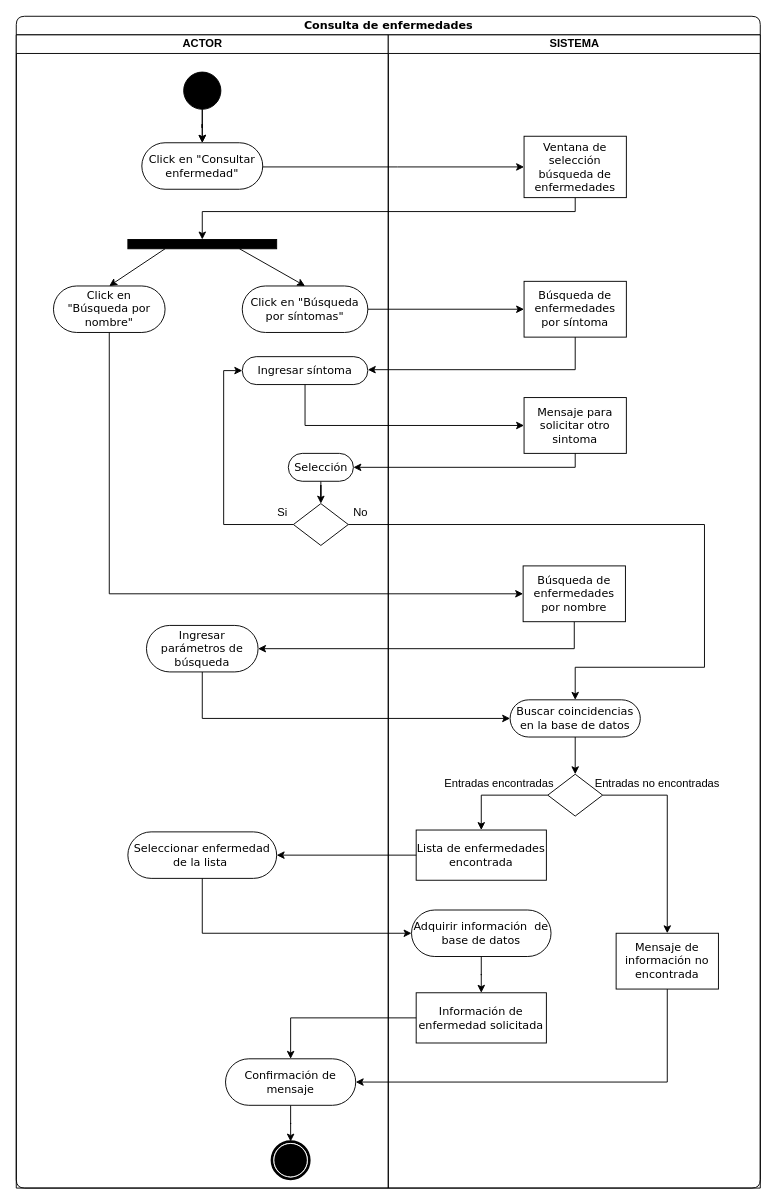
Earlier version of the draw.io diagram MET/Consulta de enfermedades.drawio (NeutronBlast/IS-Ex). Source tidied: cells renumbered, new cells numbered last; positions are measured from the earlier drawing's top-left corner, leaving out a move shared by most shapes. Both pictures are drawn from the tidied source at 93%, with x=0, y=0 at pixel (16, 16).
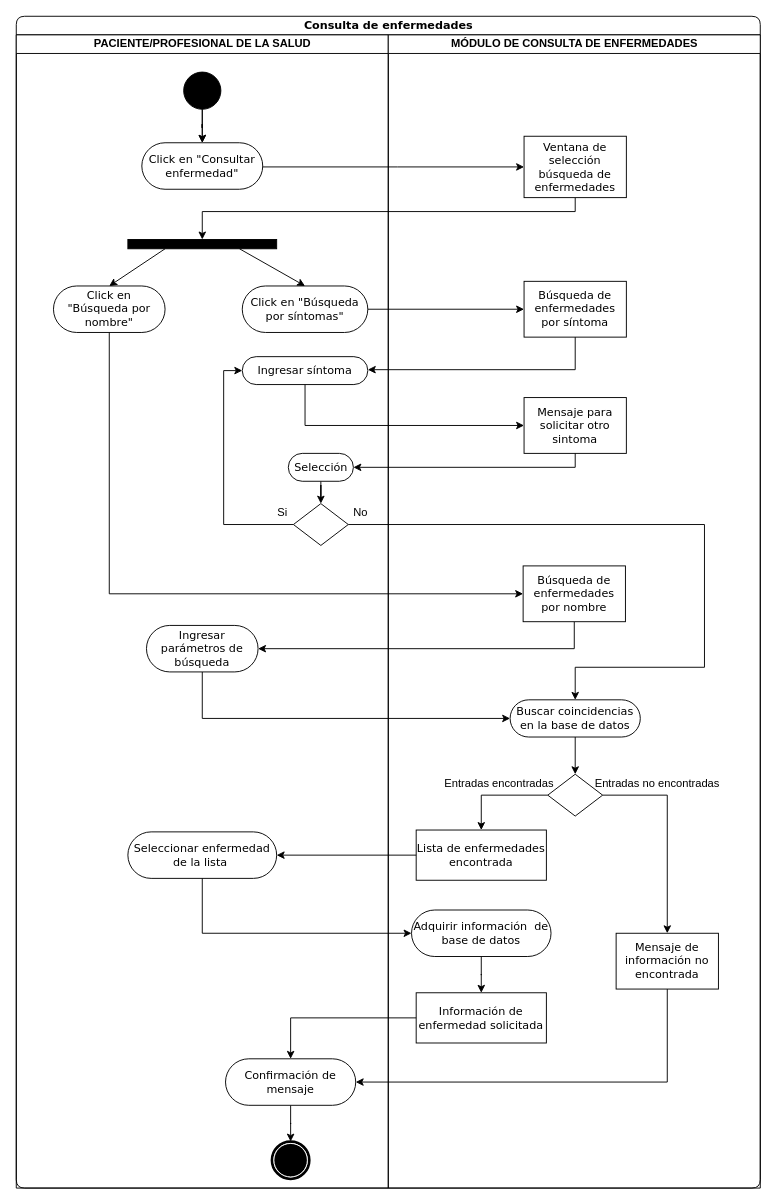
The same diagram, later.

The change refers to these unchanged cells:
```xml
<mxCell id="2" value="Consulta de enfermedades" style="swimlane;html=1;startSize=20;rounded=1;shadow=0;comic=0;labelBackgroundColor=none;strokeWidth=1;fontFamily=Verdana;fontSize=12;align=center;" parent="1" vertex="1">
  <mxGeometry width="800" height="1260" as="geometry" />
</mxCell>
```

What changed in the source:
```diff
@@
-    <mxCell id="8" value="ACTOR" style="swimlane;html=1;startSize=20;" parent="2" vertex="1">
+    <mxCell id="8" value="PACIENTE/PROFESIONAL DE LA SALUD" style="swimlane;html=1;startSize=20;" parent="2" vertex="1">
       <mxGeometry y="20" width="400" height="1240" as="geometry" />
     </mxCell>
@@
-    <mxCell id="30" value="SISTEMA" style="swimlane;html=1;startSize=20;" parent="2" vertex="1">
+    <mxCell id="30" value="MÓDULO DE CONSULTA DE ENFERMEDADES" style="swimlane;html=1;startSize=20;" parent="2" vertex="1">
       <mxGeometry x="400" y="20" width="400" height="1240" as="geometry" />
     </mxCell>
```
